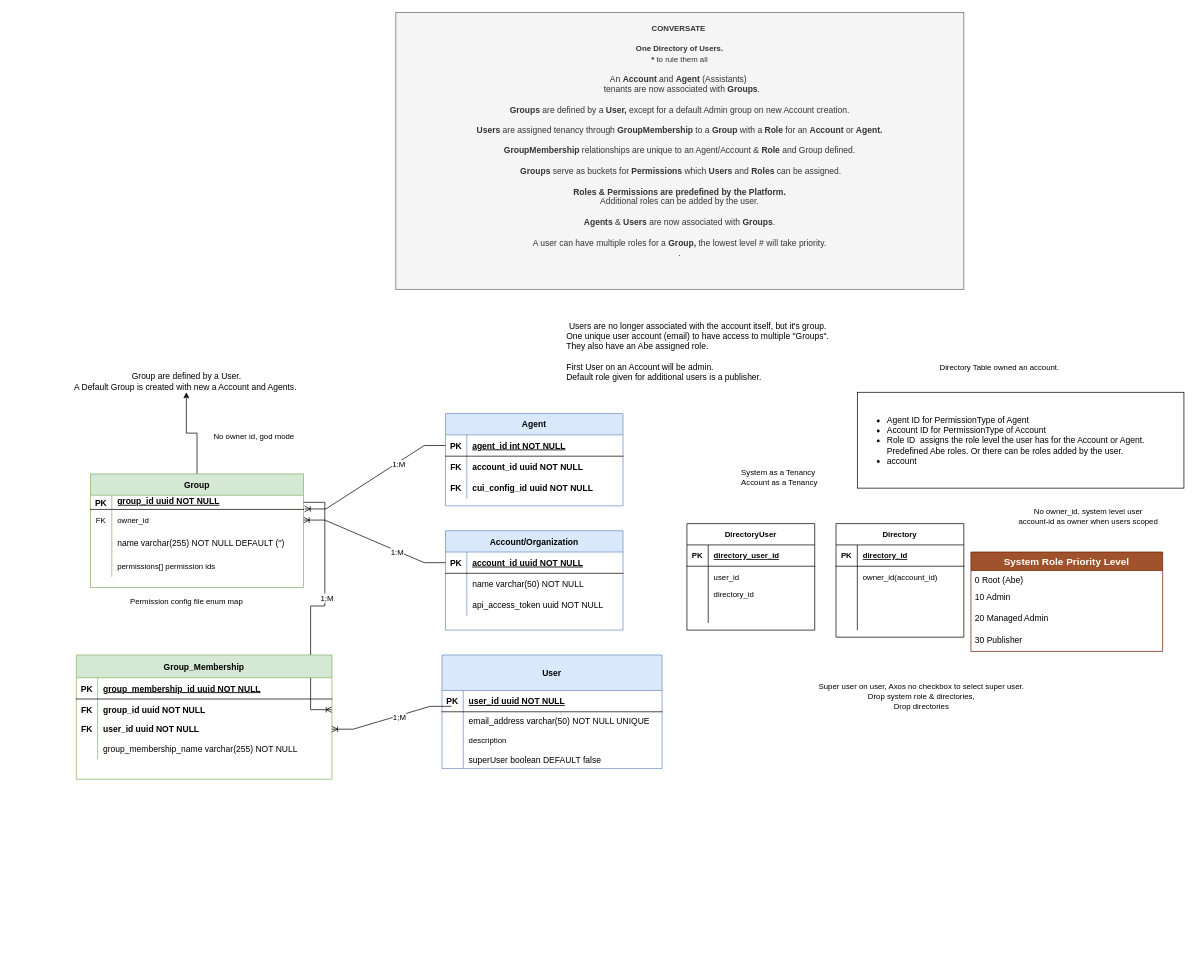
Earlier version of the draw.io diagram page "Copy of Simplified Diagram 2" (6 of 6) of Untitled Diagram.drawio (toyabeai/diagrams). Source tidied: cells renumbered, new cells numbered last; positions are measured from the earlier drawing's top-left corner, leaving out a move shared by most shapes. Both pictures are drawn from the tidied source at 71%, with x=0, y=0 at pixel (69, 12).
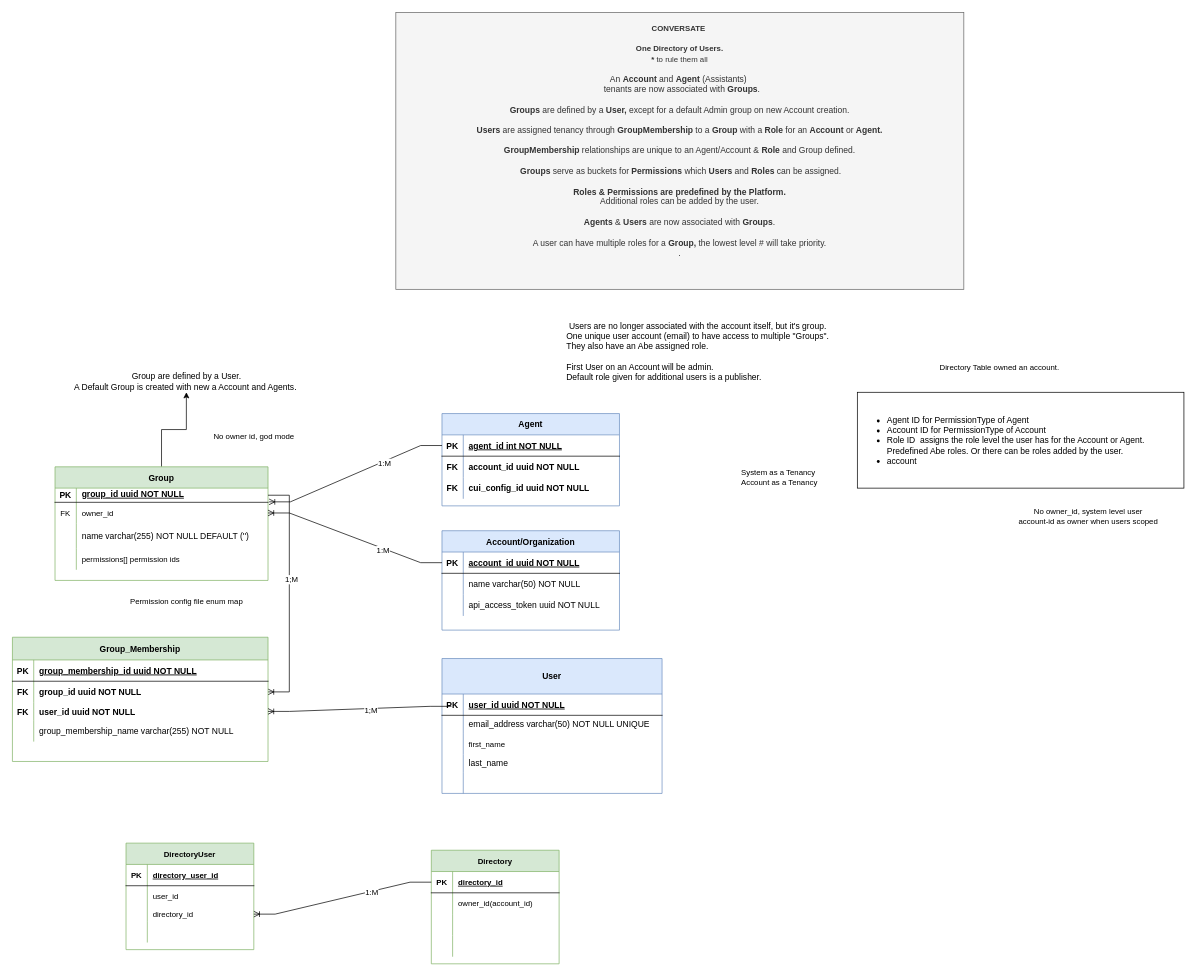
The same page after the edit.

Unchanged cells that the change refers to:
```xml
<mxCell id="9" style="shape=tableRow;horizontal=0;startSize=0;swimlaneHead=0;swimlaneBody=0;fillColor=none;top=0;left=0;right=0;bottom=0;fontSize=11;fontColor=#000000;" parent="2" vertex="1">
  <mxGeometry y="105" width="310" height="30" as="geometry" />
</mxCell>
<mxCell id="12" style="shape=partialRectangle;fillColor=none;top=0;left=0;right=0;bottom=0;" parent="2" vertex="1">
  <mxGeometry y="135" width="310" height="25" as="geometry" />
</mxCell>
<mxCell id="68" style="shape=tableRow;horizontal=0;startSize=0;swimlaneHead=0;swimlaneBody=0;fillColor=none;points=[[0,0.5],[1,0.5]];portConstraint=eastwest;top=0;left=0;right=0;bottom=1;fontSize=11;fontColor=#000000;" parent="67" vertex="1">
  <mxGeometry y="30" width="180" height="30" as="geometry" />
</mxCell>
<mxCell id="87" style="shape=tableRow;horizontal=0;startSize=0;swimlaneHead=0;swimlaneBody=0;fillColor=none;points=[[0,0.5],[1,0.5]];portConstraint=eastwest;top=0;left=0;right=0;bottom=0;fontSize=11;fontColor=#000000;" parent="80" vertex="1">
  <mxGeometry y="90" width="180" height="20" as="geometry" />
</mxCell>
```

What changed in the source:
```diff
@@
     <mxCell id="2" value="User" style="shape=table;startSize=50;childLayout=tableLayout;rowLines=0;fontStyle=1;align=center;fillColor=#dae8fc;strokeColor=#6c8ebf;" parent="1" vertex="1">
-      <mxGeometry x="525" y="905" width="310" height="160" as="geometry" />
+      <mxGeometry x="525" y="910" width="310" height="190" as="geometry" />
     </mxCell>
@@
-    <mxCell id="11" value="description" style="shape=partialRectangle;fillColor=none;top=0;left=0;bottom=0;right=0;align=left;spacingLeft=6;overflow=hidden;fontSize=11;fontColor=#000000;" parent="9" vertex="1">
+    <mxCell id="11" value="first_name" style="shape=partialRectangle;fillColor=none;top=0;left=0;bottom=0;right=0;align=left;spacingLeft=6;overflow=hidden;fontSize=11;fontColor=#000000;" parent="9" vertex="1">
       <mxGeometry x="30" width="280" height="30" as="geometry" />
     </mxCell>
@@
-    <mxCell id="14" value="superUser boolean DEFAULT false" style="shape=partialRectangle;overflow=hidden;fillColor=none;top=0;left=0;bottom=0;right=0;align=left;spacingLeft=6;" parent="12" vertex="1">
+    <mxCell id="14" value="last_name" style="shape=partialRectangle;overflow=hidden;fillColor=none;top=0;left=0;bottom=0;right=0;align=left;spacingLeft=6;" parent="12" vertex="1">
       <mxGeometry x="30" width="280" height="25" as="geometry" />
     </mxCell>
+    <mxCell id="112" style="shape=tableRow;horizontal=0;startSize=0;swimlaneHead=0;swimlaneBody=0;fillColor=none;top=0;left=0;right=0;bottom=0;fontSize=11;fontColor=#000000;" parent="2" vertex="1">
+      <mxGeometry y="160" width="310" height="30" as="geometry" />
+    </mxCell>
+    <mxCell id="113" style="shape=partialRectangle;fillColor=none;top=0;left=0;bottom=0;right=0;overflow=hidden;fontSize=11;fontColor=#000000;" parent="112" vertex="1">
+      <mxGeometry width="30" height="30" as="geometry" />
+    </mxCell>
+    <mxCell id="114" style="shape=partialRectangle;fillColor=none;top=0;left=0;bottom=0;right=0;align=left;spacingLeft=6;overflow=hidden;fontSize=11;fontColor=#000000;" parent="112" vertex="1">
+      <mxGeometry x="30" width="280" height="30" as="geometry" />
+    </mxCell>
     <mxCell id="15" value="Agent" style="shape=table;startSize=30;childLayout=tableLayout;rowLines=0;fontStyle=1;align=center;fillColor=#dae8fc;strokeColor=#6c8ebf;" parent="1" vertex="1">
-      <mxGeometry x="530" y="565" width="250" height="130" as="geometry" />
+      <mxGeometry x="525" y="565" width="250" height="130" as="geometry" />
     </mxCell>
@@
     <mxCell id="25" value="Account/Organization" style="shape=table;startSize=30;childLayout=tableLayout;rowLines=0;fontStyle=1;align=center;fillColor=#dae8fc;strokeColor=#6c8ebf;" parent="1" vertex="1">
-      <mxGeometry x="530" y="730" width="250" height="140" as="geometry" />
+      <mxGeometry x="525" y="730" width="250" height="140" as="geometry" />
     </mxCell>
@@
     <mxCell id="36" value="Group" style="shape=table;startSize=30;childLayout=tableLayout;rowLines=0;fontStyle=1;align=center;fillColor=#d5e8d4;strokeColor=#82b366;" parent="1" vertex="1">
-      <mxGeometry x="30" y="650" width="300" height="160" as="geometry" />
+      <mxGeometry x="-20" y="640" width="300" height="160" as="geometry" />
     </mxCell>
@@
-    <mxCell id="57" value="System Role Priority Level" style="swimlane;fontStyle=1;horizontal=1;startSize=26;align=center;fontSize=14;fillColor=#a0522d;strokeColor=#6D1F00;fontColor=#ffffff;" parent="1" vertex="1">
-      <mxGeometry x="1270" y="760" width="270" height="140" as="geometry" />
-    </mxCell>
-    <mxCell id="58" value="0 Root (Abe)" style="text;spacingLeft=4;spacingRight=4;overflow=hidden;fontSize=12;" parent="57" vertex="1">
-      <mxGeometry y="26" width="270" height="24" as="geometry" />
-    </mxCell>
-    <mxCell id="59" value="10 Admin &#10;&#10;" style="text;spacingLeft=4;spacingRight=4;overflow=hidden;fontSize=12;" parent="57" vertex="1">
-      <mxGeometry y="50" width="270" height="30" as="geometry" />
-    </mxCell>
-    <mxCell id="60" value="20 Managed Admin" style="text;spacingLeft=4;spacingRight=4;overflow=hidden;fontSize=12;" parent="57" vertex="1">
-      <mxGeometry y="80" width="270" height="30" as="geometry" />
-    </mxCell>
-    <mxCell id="61" value="30 Publisher&#10;" style="text;spacingLeft=4;spacingRight=4;overflow=hidden;fontSize=12;" parent="57" vertex="1">
-      <mxGeometry y="110" width="270" height="30" as="geometry" />
-    </mxCell>
@@
-    <mxCell id="67" value="Directory" style="shape=table;startSize=30;childLayout=tableLayout;rowLines=0;fontStyle=1;align=center;fontSize=11;fontColor=#000000;fillColor=default;" parent="1" vertex="1">
-      <mxGeometry x="1080" y="720" width="180" height="160" as="geometry" />
+    <mxCell id="67" value="Directory" style="shape=table;startSize=30;childLayout=tableLayout;rowLines=0;fontStyle=1;align=center;fontSize=11;fillColor=#d5e8d4;strokeColor=#82b366;" parent="1" vertex="1">
+      <mxGeometry x="510" y="1180" width="180" height="160" as="geometry" />
     </mxCell>
@@
-    <mxCell id="80" value="DirectoryUser" style="shape=table;startSize=30;childLayout=tableLayout;rowLines=0;fontStyle=1;align=center;fontSize=11;fontColor=#000000;fillColor=default;" parent="1" vertex="1">
-      <mxGeometry x="870" y="720" width="180" height="150" as="geometry" />
+    <mxCell id="80" value="DirectoryUser" style="shape=table;startSize=30;childLayout=tableLayout;rowLines=0;fontStyle=1;align=center;fontSize=11;fillColor=#d5e8d4;strokeColor=#82b366;" parent="1" vertex="1">
+      <mxGeometry x="80" y="1170" width="180" height="150" as="geometry" />
     </mxCell>
@@
     <mxCell id="94" value="Group_Membership" style="shape=table;startSize=32;childLayout=tableLayout;rowLines=0;fontStyle=1;align=center;fillColor=#d5e8d4;strokeColor=#82b366;" parent="1" vertex="1">
-      <mxGeometry x="10" y="905" width="360" height="175" as="geometry" />
+      <mxGeometry x="-80" y="880" width="360" height="175" as="geometry" />
     </mxCell>
@@
-    <mxCell id="111" value="Super user on user, Axos no checkbox to select super user.&lt;br&gt;Drop system role &amp;amp; directories,&lt;br&gt;Drop directories&lt;br&gt;&lt;br&gt;" style="text;html=1;align=center;verticalAlign=middle;strokeColor=none;fillColor=none;fontSize=11;fontColor=#000000;" parent="1" vertex="1">
-      <mxGeometry x="1050" y="945" width="300" height="50" as="geometry" />
-    </mxCell>
+    <mxCell id="115" style="edgeStyle=entityRelationEdgeStyle;fontSize=12;html=1;endArrow=ERoneToMany;rounded=0;entryX=1;entryY=0.5;entryDx=0;entryDy=0;exitX=0;exitY=0.5;exitDx=0;exitDy=0;" parent="1" edge="1" source="68" target="87">
+      <mxGeometry relative="1" as="geometry" />
+    </mxCell>
+    <mxCell id="116" value="1:M" style="edgeLabel;html=1;align=center;verticalAlign=middle;" parent="115" vertex="1">
+      <mxGeometry x="-0.33" y="2" relative="1" as="geometry" />
+    </mxCell>
```
